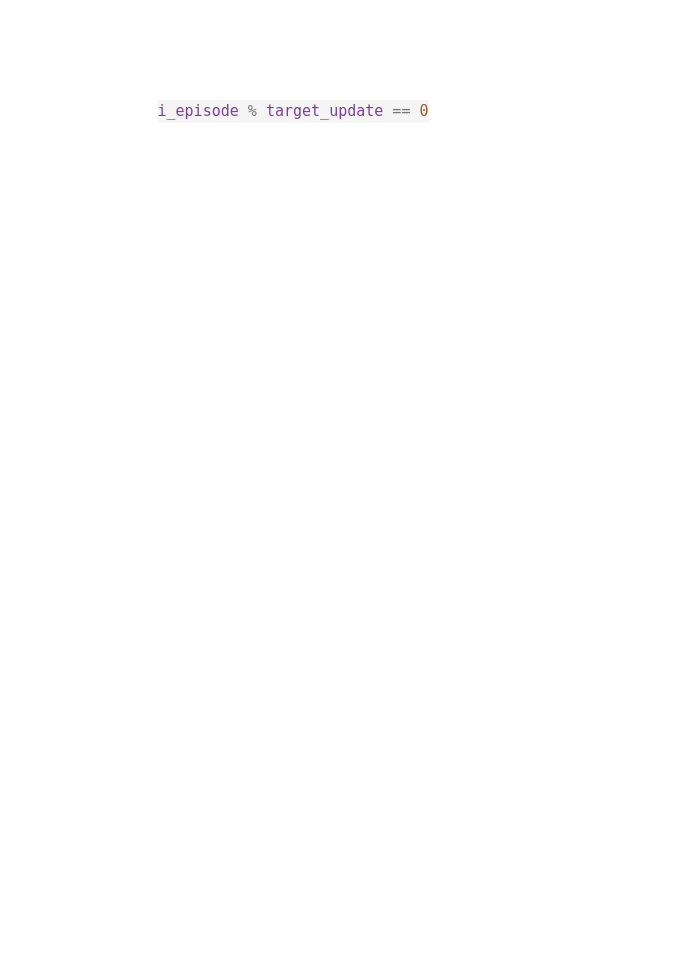
This is image/DQN_4.drawio from appalachia-xx/DRL-Course, a draw.io file, before an edit. Source tidied: cells renumbered, new cells numbered last; positions are measured from the earlier drawing's top-left corner, leaving out a move shared by most shapes. Both pictures are drawn from the tidied source at 125%, with x=0, y=0 at pixel (155, 91).
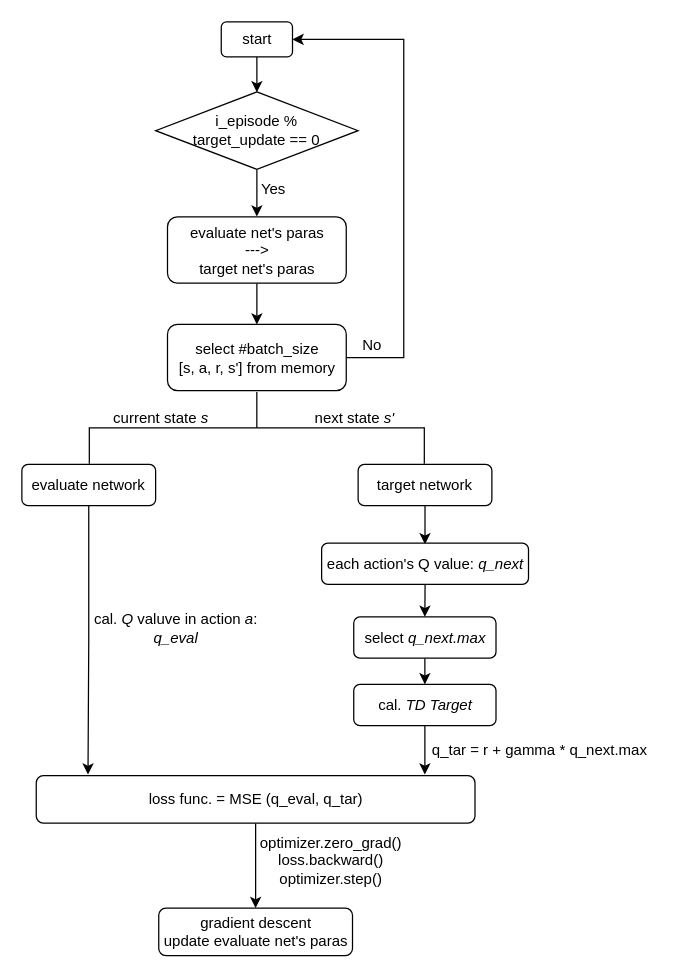
The same diagram, later.

What changed in the source:
```diff
@@
+    <mxCell id="3" style="edgeStyle=orthogonalEdgeStyle;rounded=0;jettySize=auto;html=1;" parent="1" edge="1" source="4">
+      <mxGeometry relative="1" as="geometry">
+        <mxPoint x="81" y="0.4" as="targetPoint" />
+      </mxGeometry>
+    </mxCell>
+    <mxCell id="4" value="start" style="rounded=1;whiteSpace=wrap;html=1;" parent="1" vertex="1">
+      <mxGeometry x="52.5" y="-56" width="57" height="28" as="geometry" />
+    </mxCell>
+    <mxCell id="5" style="edgeStyle=orthogonalEdgeStyle;rounded=0;jettySize=auto;html=1;" parent="1" edge="1" source="2">
+      <mxGeometry relative="1" as="geometry">
+        <mxPoint x="81" y="99.7" as="targetPoint" />
+      </mxGeometry>
+    </mxCell>
-    <mxCell id="2" value="&lt;div style=&quot;color: rgb(51, 51, 51); background-color: rgb(245, 245, 245); font-family: Menlo, Monaco, &amp;quot;Courier New&amp;quot;, monospace, Arial, &amp;quot;Times New Roman&amp;quot;, Menlo, Monaco, &amp;quot;Courier New&amp;quot;, monospace; font-weight: normal; font-size: 12px; line-height: 18px;&quot;&gt;&lt;div&gt;&lt;span style=&quot;color: #7a3e9d;&quot;&gt;i_episode&lt;/span&gt;&lt;span style=&quot;color: #333333;&quot;&gt; &lt;/span&gt;&lt;span style=&quot;color: #777777;&quot;&gt;%&lt;/span&gt;&lt;span style=&quot;color: #333333;&quot;&gt; &lt;/span&gt;&lt;span style=&quot;color: #7a3e9d;&quot;&gt;target_update&lt;/span&gt;&lt;span style=&quot;color: #333333;&quot;&gt; &lt;/span&gt;&lt;span style=&quot;color: #777777;&quot;&gt;==&lt;/span&gt;&lt;span style=&quot;color: #333333;&quot;&gt; &lt;/span&gt;&lt;span style=&quot;color: #9c5d27;&quot;&gt;0&lt;/span&gt;&lt;/div&gt;&lt;/div&gt;" style="text;whiteSpace=wrap;html=1;" parent="1" vertex="1">
-      <mxGeometry width="245" height="40" as="geometry" />
+    <mxCell id="2" value="i_episode % &lt;br&gt;target_update == 0" style="rhombus;whiteSpace=wrap;html=1;" parent="1" vertex="1">
+      <mxGeometry width="162" height="62" as="geometry" />
     </mxCell>
+    <mxCell id="6" value="Yes" style="text;html=1;align=center;verticalAlign=middle;strokeColor=none;fillColor=none;" parent="1" vertex="1">
+      <mxGeometry x="74.5" y="65" width="38" height="26" as="geometry" />
+    </mxCell>
+    <mxCell id="7" style="edgeStyle=orthogonalEdgeStyle;rounded=0;jettySize=auto;html=1;entryX=1;entryY=0.5;entryDx=0;entryDy=0;exitX=1;exitY=0.5;exitDx=0;exitDy=0;" parent="1" edge="1" source="11">
+      <mxGeometry relative="1" as="geometry">
+        <mxPoint x="109.5" y="-42" as="targetPoint" />
+        <Array as="points">
+          <mxPoint x="198.5" y="213" />
+          <mxPoint x="198.5" y="-42" />
+        </Array>
+      </mxGeometry>
+    </mxCell>
+    <mxCell id="8" style="edgeStyle=orthogonalEdgeStyle;rounded=0;jettySize=auto;html=1;" parent="1" edge="1" source="9">
+      <mxGeometry relative="1" as="geometry">
+        <mxPoint x="81" y="186.1" as="targetPoint" />
+      </mxGeometry>
+    </mxCell>
+    <mxCell id="9" value="evaluate net's paras &lt;br&gt;---&amp;gt;&lt;br&gt;target net's paras" style="rounded=1;whiteSpace=wrap;html=1;" parent="1" vertex="1">
+      <mxGeometry x="9.5" y="100" width="143" height="53" as="geometry" />
+    </mxCell>
+    <mxCell id="10" value="No" style="text;html=1;align=center;verticalAlign=middle;strokeColor=none;fillColor=none;" parent="1" vertex="1">
+      <mxGeometry x="156.5" y="190" width="33" height="26" as="geometry" />
+    </mxCell>
+    <mxCell id="11" value="select #batch_size &lt;br&gt;[s, a, r, s'] from memory" style="rounded=1;whiteSpace=wrap;html=1;" parent="1" vertex="1">
+      <mxGeometry x="9.5" y="186" width="143" height="53" as="geometry" />
+    </mxCell>
+    <mxCell id="12" style="strokeWidth=1;html=1;shape=mxgraph.flowchart.annotation_2;align=left;labelPosition=right;flipH=0;flipV=1;rotation=90;" parent="1" vertex="1">
+      <mxGeometry x="52.2" y="134.8" width="57.5" height="268" as="geometry" />
+    </mxCell>
+    <mxCell id="13" value="current state &lt;i&gt;s&lt;/i&gt;" style="text;html=1;align=center;verticalAlign=middle;strokeColor=none;fillColor=none;" parent="1" vertex="1">
+      <mxGeometry x="-43.5" y="248" width="94" height="26" as="geometry" />
+    </mxCell>
+    <mxCell id="14" value="next state &lt;i&gt;s'&lt;/i&gt;" style="text;html=1;align=center;verticalAlign=middle;strokeColor=none;fillColor=none;" parent="1" vertex="1">
+      <mxGeometry x="117.5" y="248" width="82" height="26" as="geometry" />
+    </mxCell>
+    <mxCell id="15" value="evaluate network" style="rounded=1;whiteSpace=wrap;html=1;" parent="1" vertex="1">
+      <mxGeometry x="-107" y="298" width="107" height="33" as="geometry" />
+    </mxCell>
+    <mxCell id="16" style="edgeStyle=orthogonalEdgeStyle;rounded=0;jettySize=auto;html=1;" parent="1" edge="1" source="17">
+      <mxGeometry relative="1" as="geometry">
+        <mxPoint x="215.5" y="361.9" as="targetPoint" />
+      </mxGeometry>
+    </mxCell>
+    <mxCell id="17" value="target network" style="rounded=1;whiteSpace=wrap;html=1;" parent="1" vertex="1">
+      <mxGeometry x="162" y="298" width="107" height="33" as="geometry" />
+    </mxCell>
+    <mxCell id="18" style="edgeStyle=orthogonalEdgeStyle;rounded=0;jettySize=auto;html=1;exitX=0.5;exitY=1;exitDx=0;exitDy=0;entryX=0.5;entryY=0;entryDx=0;entryDy=0;" parent="1" edge="1" source="19" target="21">
+      <mxGeometry relative="1" as="geometry" />
+    </mxCell>
+    <mxCell id="19" value="each action's Q value: &lt;i&gt;q_next&lt;/i&gt;" style="rounded=1;whiteSpace=wrap;html=1;" parent="1" vertex="1">
+      <mxGeometry x="132.8" y="361" width="165.5" height="33" as="geometry" />
+    </mxCell>
+    <mxCell id="20" style="edgeStyle=orthogonalEdgeStyle;rounded=0;jettySize=auto;html=1;" parent="1" edge="1" source="21">
+      <mxGeometry relative="1" as="geometry">
+        <mxPoint x="215.4" y="474" as="targetPoint" />
+      </mxGeometry>
+    </mxCell>
+    <mxCell id="21" value="select&amp;nbsp;&lt;i style=&quot;border-color: var(--border-color);&quot;&gt;q_next.max&lt;/i&gt;" style="rounded=1;whiteSpace=wrap;html=1;" parent="1" vertex="1">
+      <mxGeometry x="158.5" y="420" width="113.8" height="33" as="geometry" />
+    </mxCell>
+    <mxCell id="22" style="edgeStyle=orthogonalEdgeStyle;rounded=0;jettySize=auto;html=1;" parent="1" edge="1" source="23">
+      <mxGeometry relative="1" as="geometry">
+        <mxPoint x="215.4" y="546.1" as="targetPoint" />
+      </mxGeometry>
+    </mxCell>
+    <mxCell id="23" value="cal. &lt;i&gt;TD Target&lt;/i&gt;" style="rounded=1;whiteSpace=wrap;html=1;" parent="1" vertex="1">
+      <mxGeometry x="158.5" y="474" width="113.8" height="33" as="geometry" />
+    </mxCell>
+    <mxCell id="24" value="cal. &lt;i&gt;Q&lt;/i&gt; valuve in action &lt;i&gt;a&lt;/i&gt;: &lt;br&gt;&lt;i&gt;q_eval&lt;/i&gt;" style="text;html=1;align=center;verticalAlign=middle;strokeColor=none;fillColor=none;" parent="1" vertex="1">
+      <mxGeometry x="-58.5" y="408" width="149" height="41" as="geometry" />
+    </mxCell>
+    <mxCell id="25" style="edgeStyle=orthogonalEdgeStyle;rounded=0;jettySize=auto;html=1;" parent="1" edge="1" source="26" target="28">
+      <mxGeometry relative="1" as="geometry" />
+    </mxCell>
+    <mxCell id="26" value="loss func. = MSE (q_eval, q_tar)" style="rounded=1;whiteSpace=wrap;html=1;" parent="1" vertex="1">
+      <mxGeometry x="-95.5" y="547" width="351" height="38" as="geometry" />
+    </mxCell>
+    <mxCell id="27" style="edgeStyle=orthogonalEdgeStyle;rounded=0;jettySize=auto;html=1;exitX=0.5;exitY=1;exitDx=0;exitDy=0;entryX=0.118;entryY=-0.023;entryDx=0;entryDy=0;entryPerimeter=0;" parent="1" edge="1" source="15" target="26">
+      <mxGeometry relative="1" as="geometry" />
+    </mxCell>
+    <mxCell id="28" value="gradient descent&lt;br&gt;update evaluate net's paras" style="rounded=1;whiteSpace=wrap;html=1;" parent="1" vertex="1">
+      <mxGeometry x="2.5" y="653" width="155" height="38" as="geometry" />
+    </mxCell>
+    <mxCell id="29" value="optimizer.zero_grad()&lt;br&gt;loss.backward()&lt;br&gt;optimizer.step()" style="text;html=1;align=center;verticalAlign=middle;strokeColor=none;fillColor=none;" parent="1" vertex="1">
+      <mxGeometry x="74.5" y="587" width="131" height="55" as="geometry" />
+    </mxCell>
+    <mxCell id="30" value="q_tar = r + gamma * q_next.max" style="text;html=1;align=center;verticalAlign=middle;strokeColor=none;fillColor=none;" parent="1" vertex="1">
+      <mxGeometry x="211.5" y="514" width="190" height="26" as="geometry" />
+    </mxCell>
```
